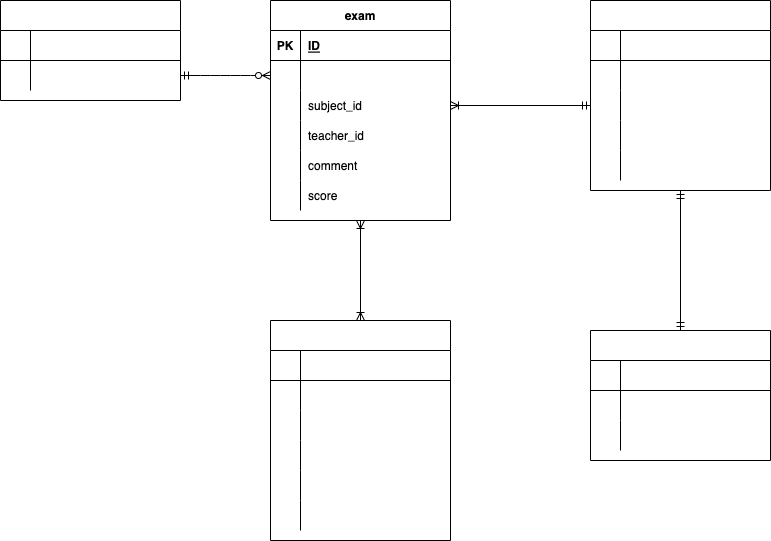
This is er_ensyuu.drawio.png from hijitetsu28/er_ensyu, a draw.io export, as it was before one commit. Source tidied: cells renumbered, new cells last; positions are measured from the earlier drawing's top-left corner, leaving out a move shared by most shapes.
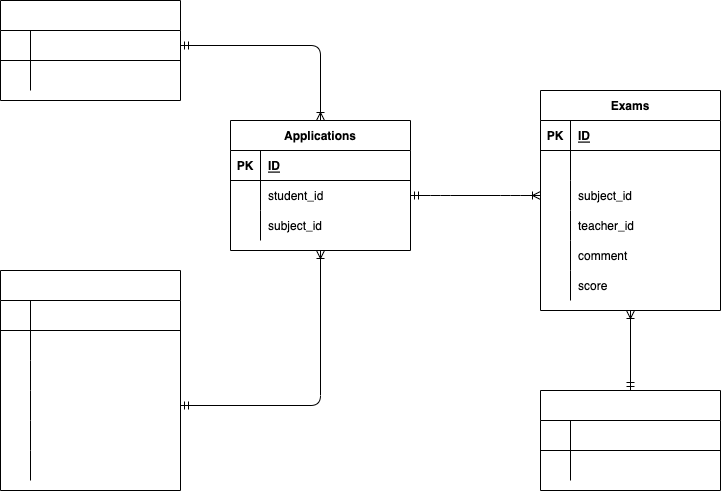
After the commit.

What changed in the source:
```diff
@@ -2,8 +2,8 @@
   <root>
     <mxCell id="0" />
     <mxCell id="1" parent="0" />
-    <mxCell id="2" value="exam" style="shape=table;startSize=30;rowLines=0;fontStyle=1;align=center;" parent="1" vertex="1">
-      <mxGeometry x="270" width="180" height="220" as="geometry" />
+    <mxCell id="2" value="Exams" style="shape=table;startSize=30;rowLines=0;fontStyle=1;align=center;" parent="1" vertex="1">
+      <mxGeometry x="610" y="90" width="180" height="220" as="geometry" />
     </mxCell>
     <mxCell id="3" style="shape=partialRectangle;fillColor=none;top=0;left=0;bottom=1;right=0;" parent="2" vertex="1">
       <mxGeometry y="30" width="180" height="30" as="geometry" />
@@ -60,7 +60,7 @@
       <mxGeometry x="30" width="150" height="30" as="geometry" />
     </mxCell>
     <mxCell id="21" value="Students" style="shape=table;startSize=30;rowLines=0;fontStyle=1;align=center;fontColor=#FFFFFF;" parent="1" vertex="1">
-      <mxGeometry width="180" height="100" as="geometry" />
+      <mxGeometry x="70" width="180" height="100" as="geometry" />
     </mxCell>
     <mxCell id="22" style="shape=partialRectangle;fillColor=none;top=0;left=0;bottom=1;right=0;points=[[0,0.5],[1,0.5]];portConstraint=eastwest;fontColor=#FFFFFF;" parent="21" vertex="1">
       <mxGeometry y="30" width="180" height="30" as="geometry" />
@@ -81,7 +81,7 @@
       <mxGeometry x="30" width="150" height="30" as="geometry" />
     </mxCell>
     <mxCell id="28" value="Subjects" style="shape=table;startSize=30;rowLines=0;fontStyle=1;align=center;fontColor=#FFFFFF;" parent="1" vertex="1">
-      <mxGeometry x="270" y="320" width="180" height="220" as="geometry" />
+      <mxGeometry x="70" y="270" width="180" height="220" as="geometry" />
     </mxCell>
     <mxCell id="29" style="shape=partialRectangle;fillColor=none;top=0;left=0;bottom=1;right=0;fontColor=#FFFFFF;" parent="28" vertex="1">
       <mxGeometry y="30" width="180" height="30" as="geometry" />
@@ -138,7 +138,7 @@
       <mxGeometry x="30" width="150" height="30" as="geometry" />
     </mxCell>
     <mxCell id="47" value="Teachers" style="shape=table;startSize=30;rowLines=0;fontStyle=1;align=center;fontColor=#FFFFFF;" parent="1" vertex="1">
-      <mxGeometry x="590" width="180" height="190" as="geometry" />
+      <mxGeometry x="610" y="390" width="180" height="100" as="geometry" />
     </mxCell>
     <mxCell id="48" style="shape=partialRectangle;fillColor=none;top=0;left=0;bottom=1;right=0;fontColor=#FFFFFF;" parent="47" vertex="1">
       <mxGeometry y="30" width="180" height="30" as="geometry" />
@@ -155,77 +155,50 @@
     <mxCell id="52" style="shape=partialRectangle;fillColor=none;top=0;left=0;bottom=0;right=0;overflow=hidden;fontColor=#FFFFFF;" parent="51" vertex="1">
       <mxGeometry width="30" height="30" as="geometry" />
     </mxCell>
-    <mxCell id="53" value="student_id" style="shape=partialRectangle;fillColor=none;top=0;left=0;bottom=0;right=0;align=left;spacingLeft=6;overflow=hidden;fontColor=#FFFFFF;" parent="51" vertex="1">
+    <mxCell id="53" value="name" style="shape=partialRectangle;fillColor=none;top=0;left=0;bottom=0;right=0;align=left;spacingLeft=6;overflow=hidden;fontColor=#FFFFFF;" parent="51" vertex="1">
       <mxGeometry x="30" width="150" height="30" as="geometry" />
     </mxCell>
-    <mxCell id="54" style="shape=partialRectangle;fillColor=none;top=0;left=0;bottom=0;right=0;points=[[0,0.5],[1,0.5]];portConstraint=eastwest;fontColor=#FFFFFF;" parent="47" vertex="1">
-      <mxGeometry y="90" width="180" height="30" as="geometry" />
-    </mxCell>
-    <mxCell id="55" style="shape=partialRectangle;fillColor=none;top=0;left=0;bottom=0;right=0;overflow=hidden;fontColor=#FFFFFF;" parent="54" vertex="1">
-      <mxGeometry width="30" height="30" as="geometry" />
-    </mxCell>
-    <mxCell id="56" value="subject" style="shape=partialRectangle;fillColor=none;top=0;left=0;bottom=0;right=0;align=left;spacingLeft=6;overflow=hidden;fontColor=#FFFFFF;" parent="54" vertex="1">
-      <mxGeometry x="30" width="150" height="30" as="geometry" />
-    </mxCell>
-    <mxCell id="57" style="shape=partialRectangle;fillColor=none;top=0;left=0;bottom=0;right=0;fontColor=#FFFFFF;" parent="47" vertex="1">
-      <mxGeometry y="120" width="180" height="30" as="geometry" />
-    </mxCell>
-    <mxCell id="58" style="shape=partialRectangle;fillColor=none;top=0;left=0;bottom=0;right=0;overflow=hidden;fontColor=#FFFFFF;" parent="57" vertex="1">
-      <mxGeometry width="30" height="30" as="geometry" />
-    </mxCell>
-    <mxCell id="59" value="score" style="shape=partialRectangle;fillColor=none;top=0;left=0;bottom=0;right=0;align=left;spacingLeft=6;overflow=hidden;fontColor=#FFFFFF;" parent="57" vertex="1">
-      <mxGeometry x="30" width="150" height="30" as="geometry" />
-    </mxCell>
-    <mxCell id="60" style="shape=partialRectangle;fillColor=none;top=0;left=0;bottom=0;right=0;fontColor=#FFFFFF;" parent="47" vertex="1">
-      <mxGeometry y="150" width="180" height="30" as="geometry" />
-    </mxCell>
-    <mxCell id="61" style="shape=partialRectangle;fillColor=none;top=0;left=0;bottom=0;right=0;overflow=hidden;fontColor=#FFFFFF;" parent="60" vertex="1">
-      <mxGeometry width="30" height="30" as="geometry" />
-    </mxCell>
-    <mxCell id="62" value="comment" style="shape=partialRectangle;fillColor=none;top=0;left=0;bottom=0;right=0;align=left;spacingLeft=6;overflow=hidden;fontColor=#FFFFFF;" parent="60" vertex="1">
-      <mxGeometry x="30" width="150" height="30" as="geometry" />
-    </mxCell>
-    <mxCell id="63" value="Comments" style="shape=table;startSize=30;rowLines=0;fontStyle=1;align=center;fontColor=#FFFFFF;" parent="1" vertex="1">
-      <mxGeometry x="590" y="330" width="180" height="130" as="geometry" />
-    </mxCell>
-    <mxCell id="64" style="shape=partialRectangle;fillColor=none;top=0;left=0;bottom=1;right=0;fontColor=#FFFFFF;" parent="63" vertex="1">
-      <mxGeometry y="30" width="180" height="30" as="geometry" />
-    </mxCell>
+    <mxCell id="74" style="fontSize=12;html=1;endArrow=ERoneToMany;startArrow=ERmandOne;fontColor=#FFFFFF;exitX=0.5;exitY=0;exitDx=0;exitDy=0;entryX=0.5;entryY=1;entryDx=0;entryDy=0;" parent="1" edge="1" source="47" target="2">
+      <mxGeometry relative="1" as="geometry" />
+    </mxCell>
+    <mxCell id="76" value="Applications" style="shape=table;startSize=30;rowLines=0;fontStyle=1;align=center;" parent="1" vertex="1">
+      <mxGeometry x="300" y="120" width="180" height="130" as="geometry" />
+    </mxCell>
+    <mxCell id="77" style="shape=partialRectangle;fillColor=none;top=0;left=0;bottom=1;right=0;" parent="76" vertex="1">
+      <mxGeometry y="30" width="180" height="30" as="geometry" />
+    </mxCell>
-    <mxCell id="65" value="PK" style="shape=partialRectangle;fillColor=none;top=0;left=0;bottom=0;right=0;fontStyle=1;overflow=hidden;fontColor=#FFFFFF;" parent="64" vertex="1">
+    <mxCell id="65" value="PK" style="shape=partialRectangle;fillColor=none;top=0;left=0;bottom=0;right=0;fontStyle=1;overflow=hidden;" parent="77" vertex="1">
       <mxGeometry width="30" height="30" as="geometry" />
     </mxCell>
-    <mxCell id="66" value="ID" style="shape=partialRectangle;fillColor=none;top=0;left=0;bottom=0;right=0;align=left;spacingLeft=6;fontStyle=5;overflow=hidden;fontColor=#FFFFFF;" parent="64" vertex="1">
+    <mxCell id="66" value="ID" style="shape=partialRectangle;fillColor=none;top=0;left=0;bottom=0;right=0;align=left;spacingLeft=6;fontStyle=5;overflow=hidden;" parent="77" vertex="1">
       <mxGeometry x="30" width="150" height="30" as="geometry" />
     </mxCell>
-    <mxCell id="67" style="shape=partialRectangle;fillColor=none;top=0;left=0;bottom=0;right=0;fontColor=#FFFFFF;" parent="63" vertex="1">
-      <mxGeometry y="60" width="180" height="30" as="geometry" />
-    </mxCell>
-    <mxCell id="68" style="shape=partialRectangle;fillColor=none;top=0;left=0;bottom=0;right=0;overflow=hidden;fontColor=#FFFFFF;" parent="67" vertex="1">
-      <mxGeometry width="30" height="30" as="geometry" />
-    </mxCell>
-    <mxCell id="69" value="teacher_id" style="shape=partialRectangle;fillColor=none;top=0;left=0;bottom=0;right=0;align=left;spacingLeft=6;overflow=hidden;fontColor=#FFFFFF;" parent="67" vertex="1">
-      <mxGeometry x="30" width="150" height="30" as="geometry" />
-    </mxCell>
-    <mxCell id="70" style="shape=partialRectangle;fillColor=none;top=0;left=0;bottom=0;right=0;fontColor=#FFFFFF;" parent="63" vertex="1">
-      <mxGeometry y="90" width="180" height="30" as="geometry" />
-    </mxCell>
-    <mxCell id="71" style="shape=partialRectangle;fillColor=none;top=0;left=0;bottom=0;right=0;overflow=hidden;fontColor=#FFFFFF;" parent="70" vertex="1">
-      <mxGeometry width="30" height="30" as="geometry" />
-    </mxCell>
-    <mxCell id="72" value="score" style="shape=partialRectangle;fillColor=none;top=0;left=0;bottom=0;right=0;align=left;spacingLeft=6;overflow=hidden;fontColor=#FFFFFF;" parent="70" vertex="1">
-      <mxGeometry x="30" width="150" height="30" as="geometry" />
-    </mxCell>
-    <mxCell id="73" style="fontSize=12;html=1;endArrow=ERmandOne;startArrow=ERmandOne;fontColor=#FFFFFF;entryX=0.5;entryY=1;entryDx=0;entryDy=0;exitX=0.5;exitY=0;exitDx=0;exitDy=0;" parent="1" edge="1" source="63" target="47">
-      <mxGeometry relative="1" as="geometry" />
-    </mxCell>
-    <mxCell id="74" style="fontSize=12;html=1;endArrow=ERoneToMany;startArrow=ERmandOne;fontColor=#FFFFFF;exitX=0;exitY=0.5;exitDx=0;exitDy=0;entryX=1;entryY=0.5;entryDx=0;entryDy=0;" parent="1" edge="1" source="54" target="9">
-      <mxGeometry relative="1" as="geometry" />
-    </mxCell>
-    <mxCell id="75" style="edgeStyle=entityRelationEdgeStyle;fontSize=12;html=1;endArrow=ERzeroToMany;startArrow=ERmandOne;exitX=1;exitY=0.5;exitDx=0;exitDy=0;entryX=0;entryY=0.5;entryDx=0;entryDy=0;" parent="1" edge="1" source="25" target="6">
-      <mxGeometry relative="1" as="geometry" />
-    </mxCell>
-    <mxCell id="76" style="fontSize=12;html=1;endArrow=ERoneToMany;startArrow=ERoneToMany;entryX=0.5;entryY=1;entryDx=0;entryDy=0;exitX=0.5;exitY=0;exitDx=0;exitDy=0;" parent="1" edge="1" source="28" target="2">
-      <mxGeometry relative="1" as="geometry" />
-    </mxCell>
+    <mxCell id="78" style="shape=partialRectangle;fillColor=none;top=0;left=0;bottom=0;right=0;points=[[0,0.5],[1,0.5]];portConstraint=eastwest;" parent="76" vertex="1">
+      <mxGeometry y="60" width="180" height="30" as="geometry" />
+    </mxCell>
+    <mxCell id="79" style="shape=partialRectangle;fillColor=none;top=0;left=0;bottom=0;right=0;overflow=hidden;" parent="78" vertex="1">
+      <mxGeometry width="30" height="30" as="geometry" />
+    </mxCell>
+    <mxCell id="80" value="student_id" style="shape=partialRectangle;fillColor=none;top=0;left=0;bottom=0;right=0;align=left;spacingLeft=6;overflow=hidden;" parent="78" vertex="1">
+      <mxGeometry x="30" width="150" height="30" as="geometry" />
+    </mxCell>
+    <mxCell id="81" style="shape=partialRectangle;fillColor=none;top=0;left=0;bottom=0;right=0;" parent="76" vertex="1">
+      <mxGeometry y="90" width="180" height="30" as="geometry" />
+    </mxCell>
+    <mxCell id="82" style="shape=partialRectangle;fillColor=none;top=0;left=0;bottom=0;right=0;overflow=hidden;" parent="81" vertex="1">
+      <mxGeometry width="30" height="30" as="geometry" />
+    </mxCell>
+    <mxCell id="83" value="subject_id" style="shape=partialRectangle;fillColor=none;top=0;left=0;bottom=0;right=0;align=left;spacingLeft=6;overflow=hidden;" parent="81" vertex="1">
+      <mxGeometry x="30" width="150" height="30" as="geometry" />
+    </mxCell>
+    <mxCell id="84" style="edgeStyle=orthogonalEdgeStyle;fontSize=12;html=1;endArrow=ERoneToMany;startArrow=ERmandOne;exitX=1;exitY=0.5;exitDx=0;exitDy=0;entryX=0.5;entryY=0;entryDx=0;entryDy=0;" parent="1" edge="1" source="22" target="76">
+      <mxGeometry relative="1" as="geometry" />
+    </mxCell>
+    <mxCell id="85" style="edgeStyle=orthogonalEdgeStyle;fontSize=12;html=1;endArrow=ERoneToMany;startArrow=ERmandOne;exitX=1;exitY=0.5;exitDx=0;exitDy=0;entryX=0.5;entryY=1;entryDx=0;entryDy=0;" parent="1" edge="1" source="38" target="76">
+      <mxGeometry relative="1" as="geometry" />
+    </mxCell>
+    <mxCell id="86" style="edgeStyle=entityRelationEdgeStyle;fontSize=12;html=1;endArrow=ERoneToMany;startArrow=ERmandOne;entryX=0;entryY=0.5;entryDx=0;entryDy=0;exitX=1;exitY=0.5;exitDx=0;exitDy=0;" parent="1" edge="1" source="78" target="9">
+      <mxGeometry relative="1" as="geometry" />
+    </mxCell>
   </root>
 </mxGraphModel>
```
